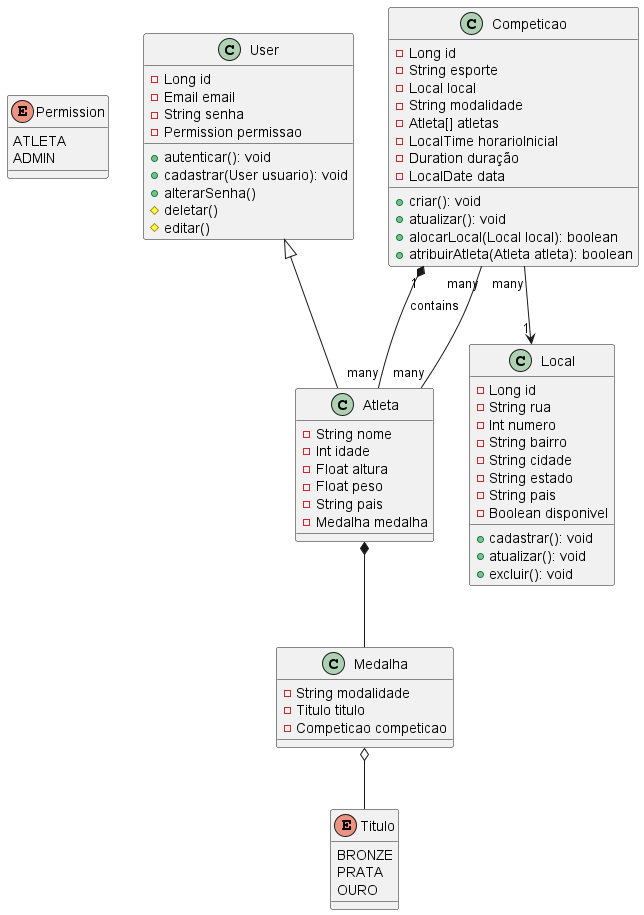
Before: imagens/classe.png, a diagram exported from PlantUML (jjoaom/PS-PUCMG-SGO).
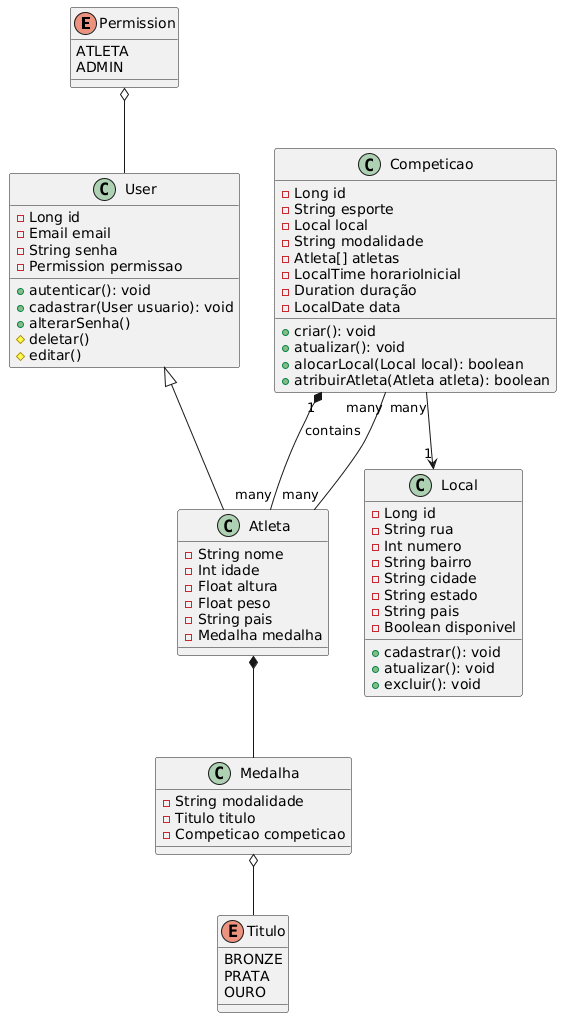
After the commit.

Change to the diagram source:
```diff
@@ -1,5 +1,4 @@
 @startuml
-
 enum Permission{
     ATLETA
     ADMIN
@@ -70,8 +69,8 @@
 User <|-- Atleta
 Competicao "1" *-- "many" Atleta : contains
 Medalha o-- Titulo
+Permission o-- User
 Competicao "many" --> "1" Local
 Competicao "many" -- "many" Atleta
 Atleta *-- Medalha
-
 @enduml
```
